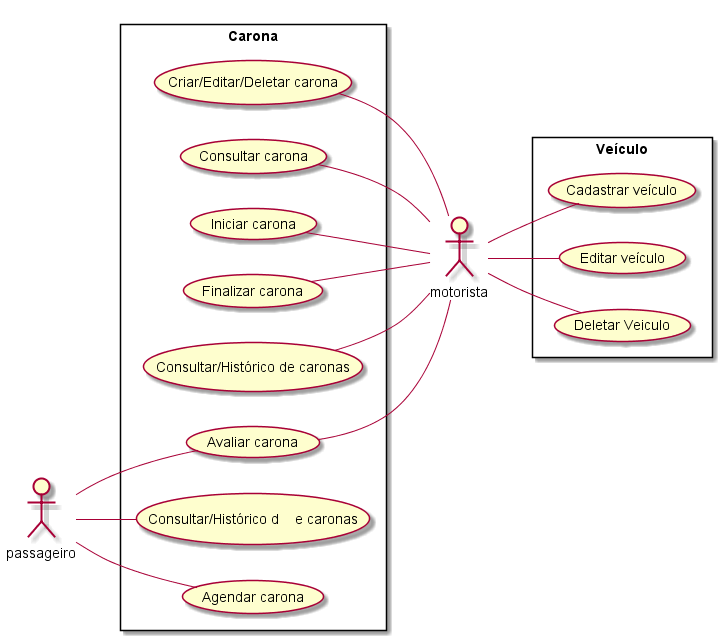
This is images/work-products/requirements/use-cases/src/entity-ride/Entidade Carona.png from maruanoliveiraunb/es-2019, a PlantUML export, as it was before one commit. Source of this version:
```plantuml
@startuml Entidade Carona
left to right direction
actor motorista
actor passageiro
rectangle Veículo {
    motorista -- (Cadastrar veículo)
    motorista -- (Editar veículo)
    motorista -- (Deletar Veiculo)
}
rectangle Carona {
    (Criar/Editar/Deletar carona) -- motorista
    (Consultar carona) -- motorista
    (Iniciar carona) -- motorista
    (Finalizar carona) -- motorista
    (Consultar/Histórico de caronas) -- motorista
    (Avaliar carona) -- motorista
    passageiro -- (Consultar/Histórico d    e caronas)
    passageiro -- (Agendar carona)
    passageiro -- (Avaliar carona)
}
@enduml
```
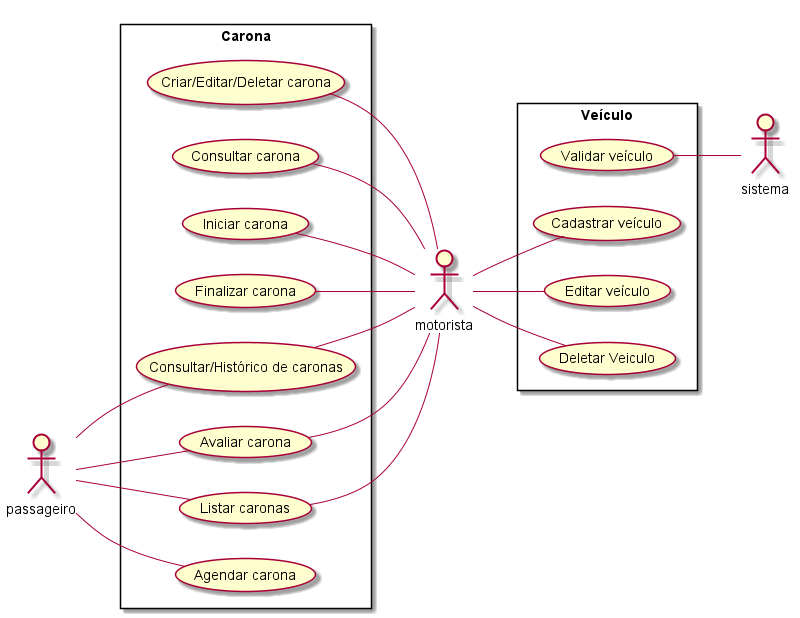
Later version of the same file.

Diff of the diagram source:
```diff
@@ -2,11 +2,15 @@
 left to right direction
 actor motorista
 actor passageiro
+actor sistema
+
 rectangle Veículo {
+    (Validar veículo) -- sistema
     motorista -- (Cadastrar veículo)
     motorista -- (Editar veículo)
     motorista -- (Deletar Veiculo)
 }
+
 rectangle Carona {
     (Criar/Editar/Deletar carona) -- motorista
     (Consultar carona) -- motorista
@@ -14,8 +18,10 @@
     (Finalizar carona) -- motorista
     (Consultar/Histórico de caronas) -- motorista
     (Avaliar carona) -- motorista
-    passageiro -- (Consultar/Histórico d    e caronas)
+    (Listar caronas) -- motorista
+    passageiro -- (Consultar/Histórico de caronas)
     passageiro -- (Agendar carona)
+    passageiro -- (Listar caronas)
     passageiro -- (Avaliar carona)
 }
 @enduml
```
